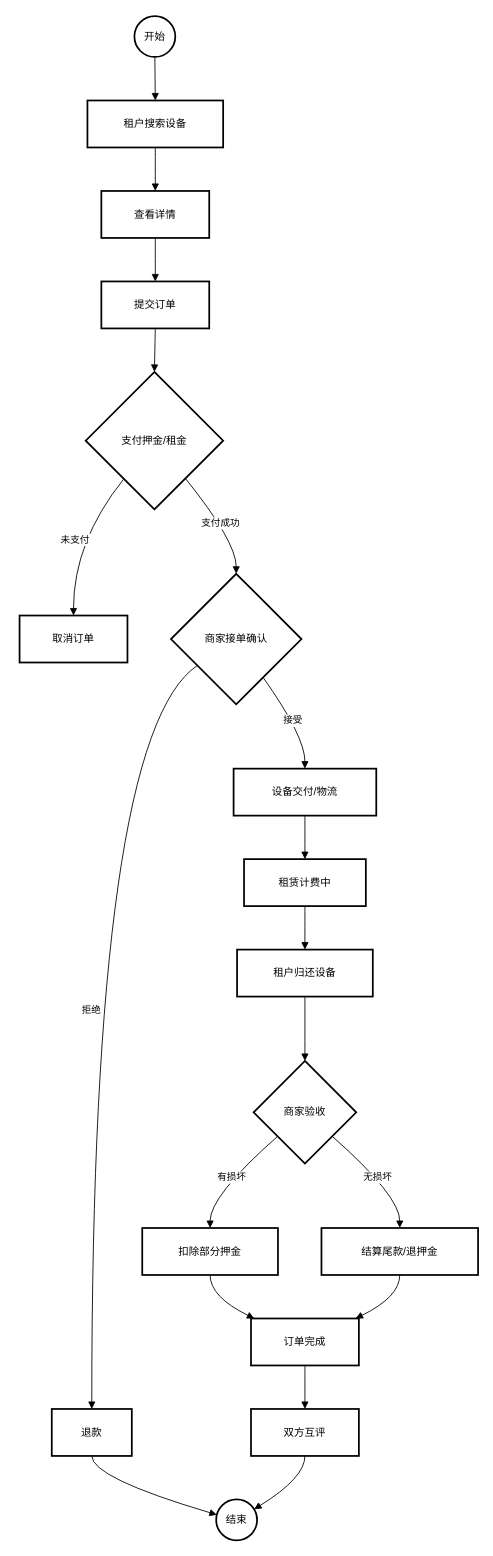
Before: page "租赁业务流程" (4 of 21) of image/绘图.drawio in fore4years/KorisPlatForm, a draw.io diagram. Source tidied: cells renumbered, new cells numbered last; positions are measured from the earlier drawing's top-left corner, leaving out a move shared by most shapes. Both pictures are drawn from the tidied source at 87%, with x=0, y=0 at pixel (19, 16).
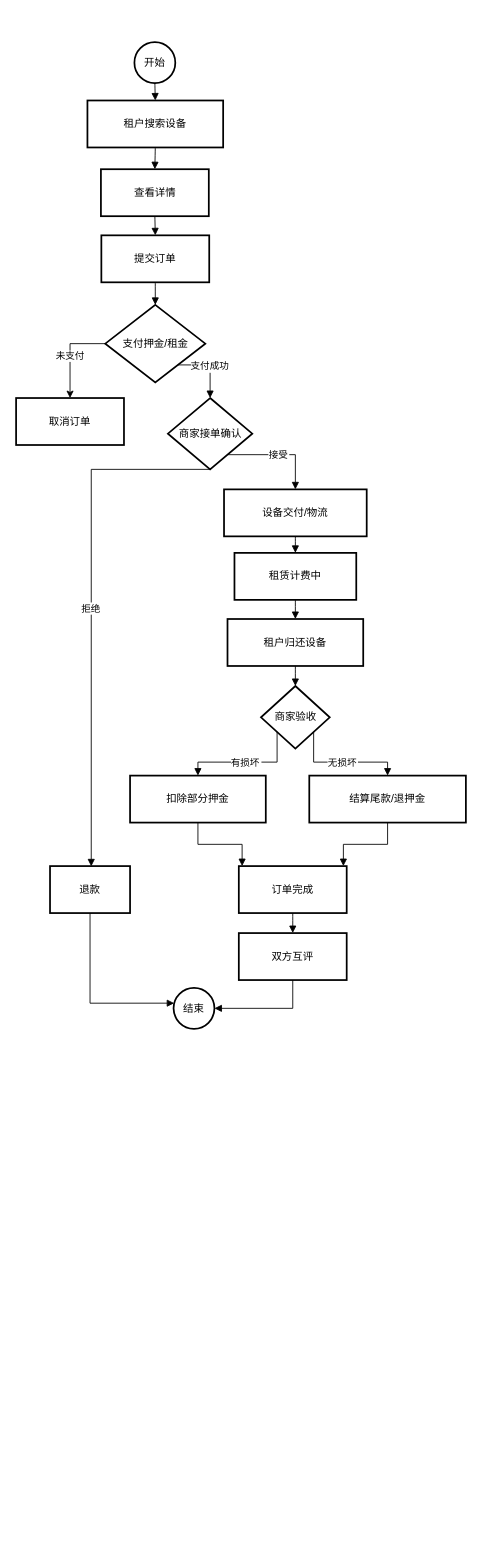
After the change.

Change to the diagram source:
```diff
@@
     <mxCell id="2" value="开始" style="ellipse;strokeWidth=2;whiteSpace=wrap;" parent="1" vertex="1">
-      <mxGeometry x="132" width="47" height="47" as="geometry" />
+      <mxGeometry x="132" y="30" width="47" height="47" as="geometry" />
     </mxCell>
@@
     <mxCell id="4" value="查看详情" style="whiteSpace=wrap;strokeWidth=2;" parent="1" vertex="1">
-      <mxGeometry x="94" y="201" width="124" height="54" as="geometry" />
+      <mxGeometry x="93.5" y="176" width="124" height="54" as="geometry" />
     </mxCell>
     <mxCell id="5" value="提交订单" style="whiteSpace=wrap;strokeWidth=2;" parent="1" vertex="1">
-      <mxGeometry x="94" y="305" width="124" height="54" as="geometry" />
+      <mxGeometry x="94" y="252" width="124" height="54" as="geometry" />
     </mxCell>
+    <mxCell id="37" style="edgeStyle=orthogonalEdgeStyle;rounded=0;jettySize=auto;html=1;exitX=0;exitY=0.5;exitDx=0;exitDy=0;entryX=0.5;entryY=0;entryDx=0;entryDy=0;" parent="1" edge="1" source="6" target="7">
+      <mxGeometry relative="1" as="geometry" />
+    </mxCell>
+    <mxCell id="23" value="未支付" style="edgeLabel;html=1;align=center;verticalAlign=middle;" parent="37" vertex="1">
+      <mxGeometry x="0.04" y="-1" relative="1" as="geometry" />
+    </mxCell>
     <mxCell id="6" value="支付押金/租金" style="rhombus;strokeWidth=2;whiteSpace=wrap;" parent="1" vertex="1">
-      <mxGeometry x="76" y="409" width="158" height="158" as="geometry" />
+      <mxGeometry x="98.5" y="332" width="115" height="89" as="geometry" />
     </mxCell>
     <mxCell id="7" value="取消订单" style="whiteSpace=wrap;strokeWidth=2;" parent="1" vertex="1">
-      <mxGeometry y="689" width="124" height="54" as="geometry" />
+      <mxGeometry x="-4" y="439" width="124" height="54" as="geometry" />
     </mxCell>
     <mxCell id="8" value="商家接单确认" style="rhombus;strokeWidth=2;whiteSpace=wrap;" parent="1" vertex="1">
-      <mxGeometry x="174" y="641" width="150" height="150" as="geometry" />
+      <mxGeometry x="170.5" y="439" width="97" height="82" as="geometry" />
     </mxCell>
     <mxCell id="9" value="退款" style="whiteSpace=wrap;strokeWidth=2;" parent="1" vertex="1">
-      <mxGeometry x="37" y="1601" width="92" height="54" as="geometry" />
+      <mxGeometry x="35" y="977" width="92" height="54" as="geometry" />
     </mxCell>
     <mxCell id="10" value="结束" style="ellipse;strokeWidth=2;whiteSpace=wrap;" parent="1" vertex="1">
-      <mxGeometry x="226" y="1705" width="47" height="47" as="geometry" />
+      <mxGeometry x="177" y="1117" width="47" height="47" as="geometry" />
     </mxCell>
     <mxCell id="11" value="设备交付/物流" style="whiteSpace=wrap;strokeWidth=2;" parent="1" vertex="1">
-      <mxGeometry x="246" y="865" width="164" height="54" as="geometry" />
+      <mxGeometry x="235" y="544" width="164" height="54" as="geometry" />
     </mxCell>
     <mxCell id="12" value="租赁计费中" style="whiteSpace=wrap;strokeWidth=2;" parent="1" vertex="1">
-      <mxGeometry x="258" y="969" width="140" height="54" as="geometry" />
+      <mxGeometry x="247" y="617" width="140" height="54" as="geometry" />
     </mxCell>
     <mxCell id="13" value="租户归还设备" style="whiteSpace=wrap;strokeWidth=2;" parent="1" vertex="1">
-      <mxGeometry x="250" y="1073" width="156" height="54" as="geometry" />
+      <mxGeometry x="239" y="693" width="156" height="54" as="geometry" />
     </mxCell>
     <mxCell id="14" value="商家验收" style="rhombus;strokeWidth=2;whiteSpace=wrap;" parent="1" vertex="1">
-      <mxGeometry x="269" y="1201" width="118" height="118" as="geometry" />
+      <mxGeometry x="277.5" y="770" width="79" height="72" as="geometry" />
     </mxCell>
     <mxCell id="15" value="扣除部分押金" style="whiteSpace=wrap;strokeWidth=2;" parent="1" vertex="1">
-      <mxGeometry x="141" y="1393" width="156" height="54" as="geometry" />
+      <mxGeometry x="127" y="873" width="156" height="54" as="geometry" />
     </mxCell>
     <mxCell id="16" value="结算尾款/退押金" style="whiteSpace=wrap;strokeWidth=2;" parent="1" vertex="1">
-      <mxGeometry x="347" y="1393" width="180" height="54" as="geometry" />
+      <mxGeometry x="333" y="873" width="180" height="54" as="geometry" />
     </mxCell>
     <mxCell id="17" value="订单完成" style="whiteSpace=wrap;strokeWidth=2;" parent="1" vertex="1">
-      <mxGeometry x="266" y="1497" width="124" height="54" as="geometry" />
+      <mxGeometry x="252" y="977" width="124" height="54" as="geometry" />
     </mxCell>
     <mxCell id="18" value="双方互评" style="whiteSpace=wrap;strokeWidth=2;" parent="1" vertex="1">
-      <mxGeometry x="266" y="1601" width="124" height="54" as="geometry" />
+      <mxGeometry x="252" y="1054" width="124" height="54" as="geometry" />
     </mxCell>
@@
-    <mxCell id="23" value="未支付" style="curved=1;startArrow=none;endArrow=block;exitX=0.1;exitY=1;entryX=0.5;entryY=0.01;rounded=0;" parent="1" edge="1" source="6" target="7">
-      <mxGeometry relative="1" as="geometry">
-        <Array as="points">
-          <mxPoint x="62" y="604" />
-        </Array>
-      </mxGeometry>
-    </mxCell>
-    <mxCell id="24" value="支付成功" style="curved=1;startArrow=none;endArrow=block;exitX=0.91;exitY=1;entryX=0.5;entryY=0;rounded=0;" parent="1" edge="1" source="6" target="8">
+    <mxCell id="24" value="支付成功" style="startArrow=none;endArrow=block;exitX=0.91;exitY=1;entryX=0.5;entryY=0;rounded=0;edgeStyle=orthogonalEdgeStyle;" parent="1" edge="1" source="6" target="8">
       <mxGeometry relative="1" as="geometry">
         <Array as="points">
-          <mxPoint x="249" y="604" />
+          <mxPoint x="219" y="401" />
         </Array>
       </mxGeometry>
     </mxCell>
-    <mxCell id="25" value="拒绝" style="curved=1;startArrow=none;endArrow=block;exitX=0;exitY=0.84;entryX=0.5;entryY=0.01;rounded=0;" parent="1" edge="1" source="8" target="9">
+    <mxCell id="25" value="拒绝" style="startArrow=none;endArrow=block;exitX=0.5;exitY=1;entryX=0.515;entryY=0.006;rounded=0;edgeStyle=orthogonalEdgeStyle;exitDx=0;exitDy=0;entryDx=0;entryDy=0;entryPerimeter=0;" parent="1" edge="1" source="8" target="9">
       <mxGeometry relative="1" as="geometry">
         <Array as="points">
-          <mxPoint x="83" y="828" />
+          <mxPoint x="83" y="521" />
+          <mxPoint x="83" y="977" />
         </Array>
       </mxGeometry>
     </mxCell>
-    <mxCell id="26" style="curved=1;startArrow=none;endArrow=block;exitX=0.5;exitY=1.01;entryX=-0.01;entryY=0.36;rounded=0;" parent="1" edge="1" source="9" target="10">
-      <mxGeometry relative="1" as="geometry">
-        <Array as="points">
-          <mxPoint x="83" y="1680" />
-        </Array>
-      </mxGeometry>
+    <mxCell id="26" style="startArrow=none;endArrow=block;exitX=0.5;exitY=1.01;entryX=-0.01;entryY=0.36;rounded=0;edgeStyle=orthogonalEdgeStyle;" parent="1" edge="1" source="9" target="10">
+      <mxGeometry relative="1" as="geometry" />
     </mxCell>
-    <mxCell id="27" value="接受" style="curved=1;startArrow=none;endArrow=block;exitX=0.85;exitY=1;entryX=0.5;entryY=0.01;rounded=0;" parent="1" edge="1" source="8" target="11">
+    <mxCell id="27" value="接受" style="startArrow=none;endArrow=block;exitX=0.85;exitY=1;entryX=0.5;entryY=0.01;rounded=0;edgeStyle=orthogonalEdgeStyle;" parent="1" edge="1" source="8" target="11">
       <mxGeometry relative="1" as="geometry">
         <Array as="points">
-          <mxPoint x="328" y="828" />
+          <mxPoint x="317" y="504" />
         </Array>
       </mxGeometry>
     </mxCell>
@@
-    <mxCell id="31" value="有损坏" style="curved=1;startArrow=none;endArrow=block;exitX=0;exitY=0.94;entryX=0.5;entryY=0.01;rounded=0;" parent="1" edge="1" source="14" target="15">
-      <mxGeometry relative="1" as="geometry">
-        <Array as="points">
-          <mxPoint x="219" y="1356" />
-        </Array>
-      </mxGeometry>
+    <mxCell id="31" value="有损坏" style="startArrow=none;endArrow=block;exitX=0;exitY=0.94;entryX=0.5;entryY=0.01;rounded=0;edgeStyle=orthogonalEdgeStyle;" parent="1" edge="1" source="14" target="15">
+      <mxGeometry relative="1" as="geometry" />
     </mxCell>
-    <mxCell id="32" value="无损坏" style="curved=1;startArrow=none;endArrow=block;exitX=1;exitY=0.94;entryX=0.5;entryY=0.01;rounded=0;" parent="1" edge="1" source="14" target="16">
-      <mxGeometry relative="1" as="geometry">
-        <Array as="points">
-          <mxPoint x="437" y="1356" />
-        </Array>
-      </mxGeometry>
+    <mxCell id="32" value="无损坏" style="startArrow=none;endArrow=block;exitX=1;exitY=0.94;entryX=0.5;entryY=0.01;rounded=0;edgeStyle=orthogonalEdgeStyle;" parent="1" edge="1" source="14" target="16">
+      <mxGeometry relative="1" as="geometry" />
     </mxCell>
-    <mxCell id="33" style="curved=1;startArrow=none;endArrow=block;exitX=0.5;exitY=1.01;entryX=0.04;entryY=0.01;rounded=0;" parent="1" edge="1" source="15" target="17">
-      <mxGeometry relative="1" as="geometry">
-        <Array as="points">
-          <mxPoint x="219" y="1472" />
-        </Array>
-      </mxGeometry>
+    <mxCell id="33" style="startArrow=none;endArrow=block;exitX=0.5;exitY=1.01;entryX=0.04;entryY=0.01;rounded=0;edgeStyle=orthogonalEdgeStyle;" parent="1" edge="1" source="15" target="17">
+      <mxGeometry relative="1" as="geometry" />
     </mxCell>
-    <mxCell id="34" style="curved=1;startArrow=none;endArrow=block;exitX=0.5;exitY=1.01;entryX=0.96;entryY=0.01;rounded=0;" parent="1" edge="1" source="16" target="17">
-      <mxGeometry relative="1" as="geometry">
-        <Array as="points">
-          <mxPoint x="437" y="1472" />
-        </Array>
-      </mxGeometry>
+    <mxCell id="34" style="startArrow=none;endArrow=block;exitX=0.5;exitY=1.01;entryX=0.96;entryY=0.01;rounded=0;edgeStyle=orthogonalEdgeStyle;" parent="1" edge="1" source="16" target="17">
+      <mxGeometry relative="1" as="geometry" />
     </mxCell>
@@
-    <mxCell id="36" style="curved=1;startArrow=none;endArrow=block;exitX=0.5;exitY=1.01;entryX=0.99;entryY=0.2;rounded=0;" parent="1" edge="1" source="18" target="10">
+    <mxCell id="36" style="startArrow=none;endArrow=block;exitX=0.5;exitY=1.01;rounded=0;edgeStyle=orthogonalEdgeStyle;entryX=1;entryY=0.5;entryDx=0;entryDy=0;" parent="1" edge="1" source="18" target="10">
       <mxGeometry relative="1" as="geometry">
         <Array as="points">
-          <mxPoint x="328" y="1680" />
+          <mxPoint x="314" y="1140" />
+          <mxPoint x="224" y="1140" />
         </Array>
       </mxGeometry>
     </mxCell>
```
